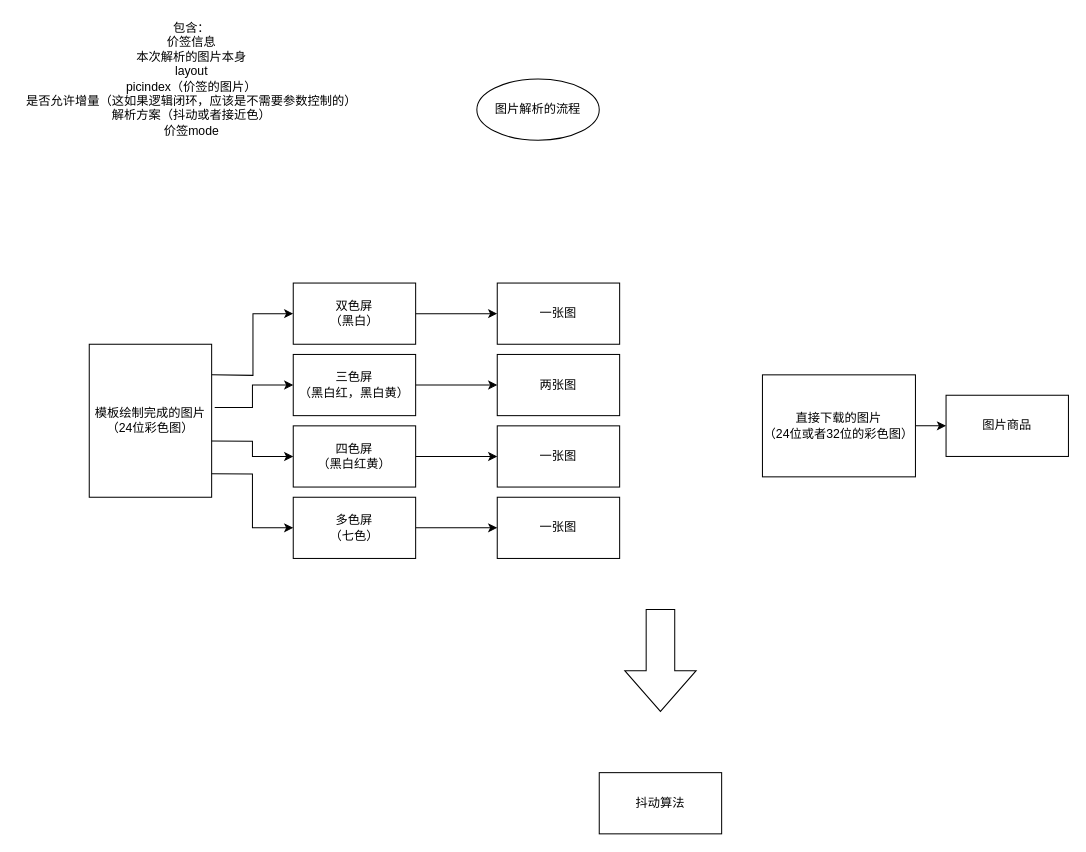
The draw.io diagram zk-esl增量刷图的流程.drawio in O-kai/draw_io_repository, before the edit. Source tidied: cells renumbered, new cells numbered last; positions are measured from the earlier drawing's top-left corner, leaving out a move shared by most shapes. Both pictures are drawn from the tidied source at 102%, with x=0, y=0 at pixel (17, 17).
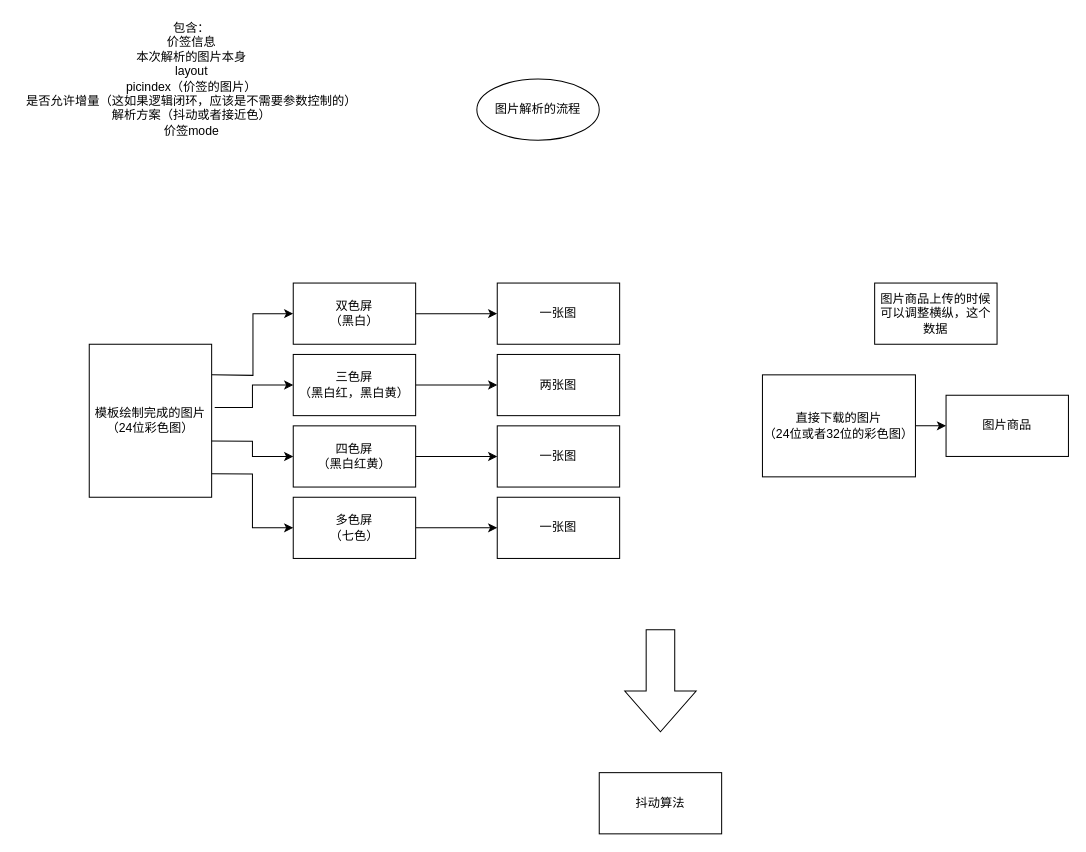
The same page after the edit.

Commit message:
更新zk-esl增量刷图的流程.drawio

The edit, as a diff of the source:
```diff
@@
     <mxCell id="25" style="html=1;shadow=0;dashed=0;align=center;verticalAlign=middle;shape=mxgraph.arrows2.arrow;dy=0.6;dx=40;direction=south;notch=0;" parent="1" vertex="1">
-      <mxGeometry x="595" y="580" width="70" height="100" as="geometry" />
+      <mxGeometry x="595" y="600" width="70" height="100" as="geometry" />
     </mxCell>
+    <mxCell id="26" value="图片商品上传的时候可以调整横纵，这个数据" style="whiteSpace=wrap;html=1;" parent="1" vertex="1">
+      <mxGeometry x="840" y="260" width="120" height="60" as="geometry" />
+    </mxCell>
```
